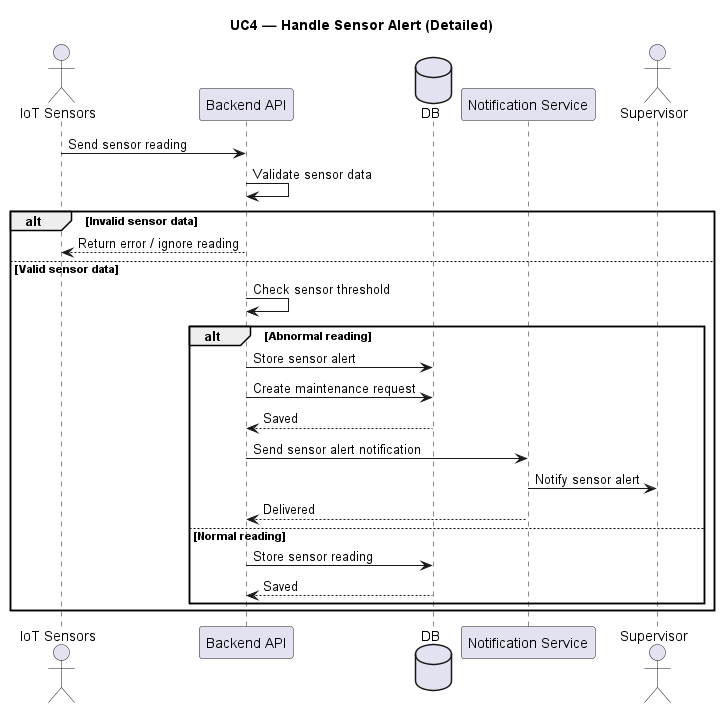
Before: uml/Interactions/sequence_diagrams/UC4_detailed_handle_sensor_alert.png, a diagram exported from PlantUML (xalameen8633-dotcom/Software-engineering-project).
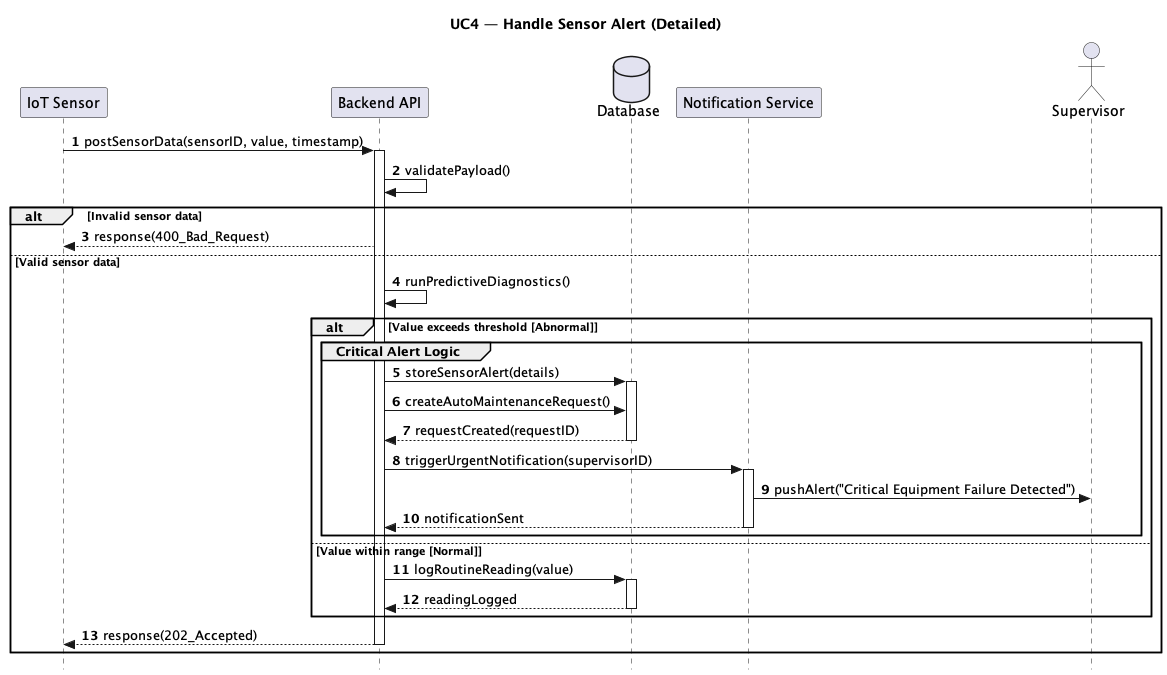
Above is the later version.

Commit message:
improved UC4 detailed sequence diagram

The edit, as a diff of the source:
```diff
@@ -1,32 +1,48 @@
-@startuml
+@startuml UC4_Detailed_Predictive_Refined
 title UC4 — Handle Sensor Alert (Detailed)
 
-actor "IoT Sensors" as IoT
+autonumber
+skinparam Style strictuml
+
+participant "IoT Sensor" as IoT
 participant "Backend API" as API
-database "DB" as DB
+database "Database" as DB
 participant "Notification Service" as Notif
 actor "Supervisor" as Supervisor
 
-IoT -> API : Send sensor reading
-API -> API : Validate sensor data
+IoT -> API : postSensorData(sensorID, value, timestamp)
+activate API
+
+API -> API : validatePayload()
 
 alt Invalid sensor data
-    API --> IoT : Return error / ignore reading
+    API --> IoT : response(400_Bad_Request)
 else Valid sensor data
-    API -> API : Check sensor threshold
+    API -> API : runPredictiveDiagnostics()
 
-    alt Abnormal reading
-        API -> DB : Store sensor alert
-        API -> DB : Create maintenance request
-        DB --> API : Saved
+    alt Value exceeds threshold [Abnormal]
+        group Critical Alert Logic
+            API -> DB : storeSensorAlert(details)
+            activate DB
+            API -> DB : createAutoMaintenanceRequest()
+            DB --> API : requestCreated(requestID)
+            deactivate DB
 
-        API -> Notif : Send sensor alert notification
-        Notif -> Supervisor : Notify sensor alert
-        Notif --> API : Delivered
-    else Normal reading
-        API -> DB : Store sensor reading
-        DB --> API : Saved
+            API -> Notif : triggerUrgentNotification(supervisorID)
+            activate Notif
+            Notif -> Supervisor : pushAlert("Critical Equipment Failure Detected")
+            Notif --> API : notificationSent
+            deactivate Notif
+        end
+    else Value within range [Normal]
+        API -> DB : logRoutineReading(value)
+        activate DB
+        DB --> API : readingLogged
+        deactivate DB
     end
+
+    API --> IoT : response(202_Accepted)
+    deactivate API
 end
 
 @enduml
```
